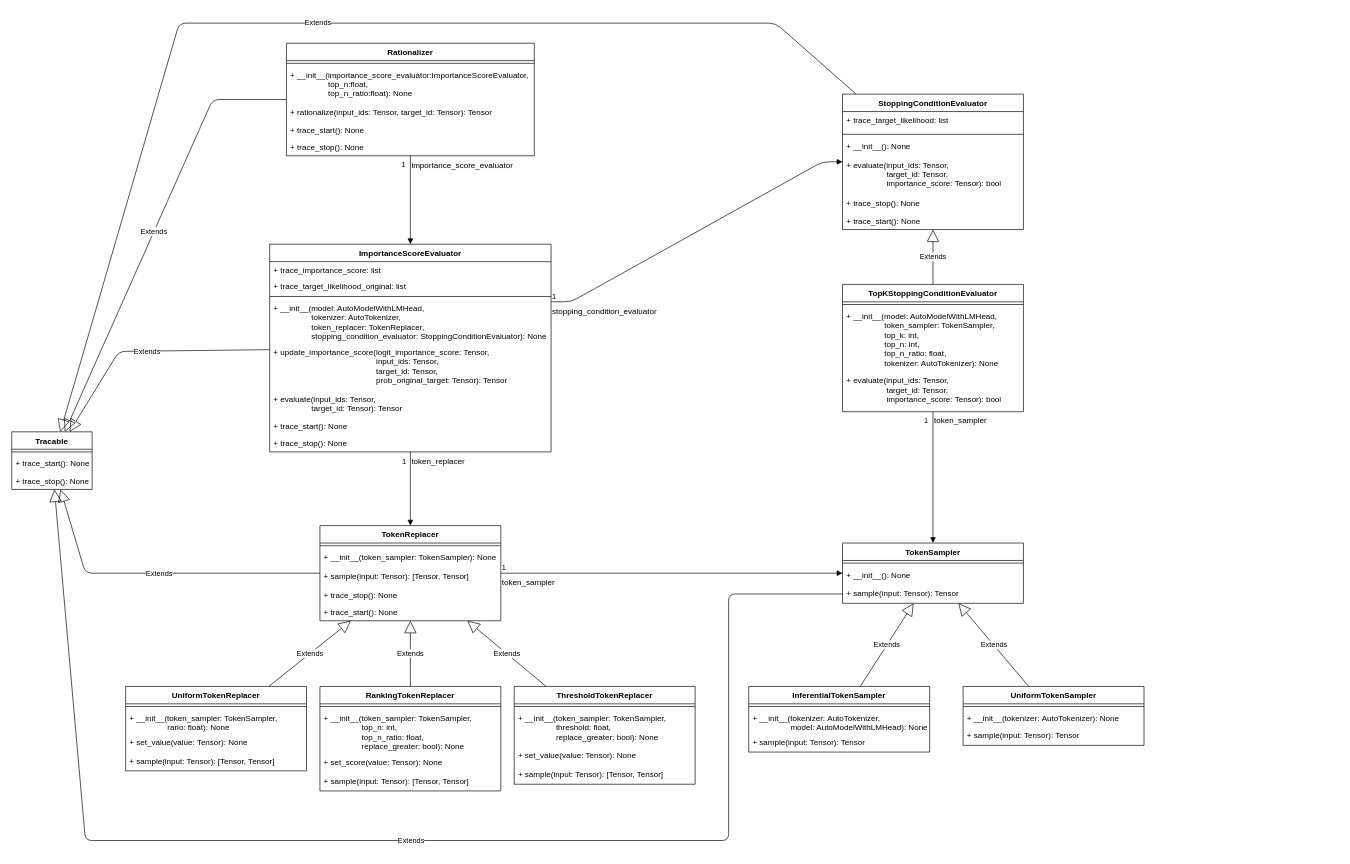
This is docs/uml.dio from casszhao/ReAGent, a draw.io file, before an edit. Source tidied: cells renumbered, new cells numbered last; positions are measured from the earlier drawing's top-left corner, leaving out a move shared by most shapes. Both pictures are drawn from the tidied source at 67%, with x=0, y=0 at pixel (11, 23).
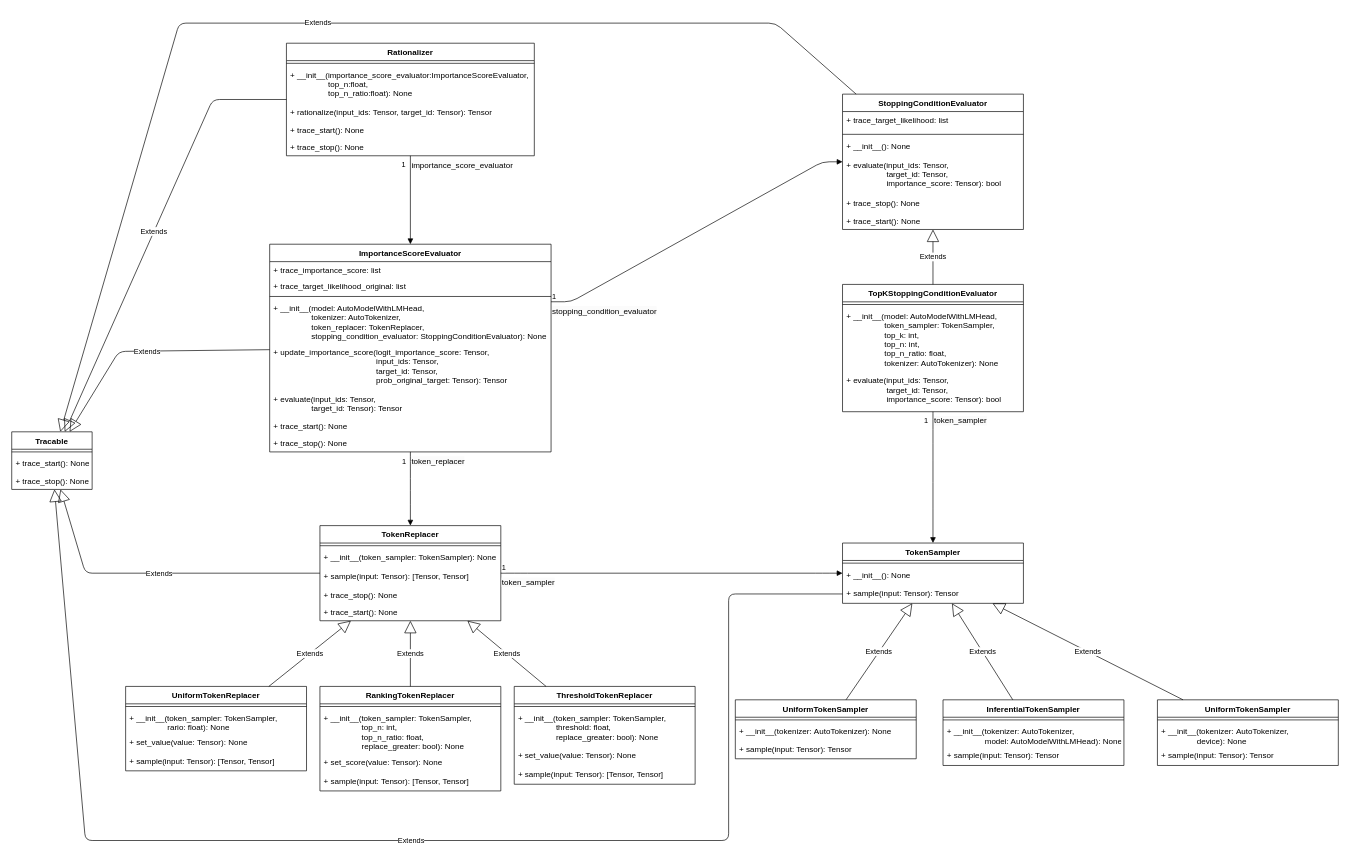
The same diagram, later.

The change refers to these unchanged cells:
```xml
<mxCell id="45" value="TokenSampler" style="swimlane;fontStyle=1;align=center;verticalAlign=top;horizontal=1;startSize=26;" parent="2" vertex="1">
  <mxGeometry x="1240" y="776" width="270" height="90" as="geometry" />
</mxCell>
```

The edit, as a diff of the source:
```diff
@@
+    <mxCell id="88" value="UniformTokenSampler" style="swimlane;fontStyle=1;align=center;verticalAlign=top;horizontal=1;startSize=26;" parent="1" vertex="1">
+      <mxGeometry x="1710" y="1010" width="270" height="98" as="geometry" />
+    </mxCell>
+    <mxCell id="89" style="line;strokeWidth=1;fillColor=none;align=left;verticalAlign=middle;spacingTop=-1;spacingLeft=3;spacingRight=3;labelPosition=right;strokeColor=inherit;" parent="88" vertex="1">
+      <mxGeometry y="26" width="270" height="8" as="geometry" />
+    </mxCell>
+    <mxCell id="90" value="+ __init__(tokenizer: AutoTokenizer, &#10;                device): None" style="text;strokeColor=none;fillColor=none;align=left;verticalAlign=top;spacingLeft=4;spacingRight=4;overflow=hidden;" parent="88" vertex="1">
+      <mxGeometry y="34" width="270" height="36" as="geometry" />
+    </mxCell>
+    <mxCell id="91" value="+ sample(input: Tensor): Tensor" style="text;strokeColor=none;fillColor=none;align=left;verticalAlign=top;spacingLeft=4;spacingRight=4;overflow=hidden;" parent="88" vertex="1">
+      <mxGeometry y="70" width="270" height="28" as="geometry" />
+    </mxCell>
+    <mxCell id="92" value="Extends" style="endArrow=block;endSize=16;endFill=0;html=1;" parent="1" edge="1" source="88" target="45">
+      <mxGeometry relative="1" as="geometry" />
+    </mxCell>
@@
     <mxCell id="49" value="InferentialTokenSampler" style="swimlane;fontStyle=1;align=center;verticalAlign=top;horizontal=1;startSize=26;" parent="2" vertex="1">
-      <mxGeometry x="1100" y="990" width="270" height="98" as="geometry" />
+      <mxGeometry x="1390" y="1010" width="270" height="98" as="geometry" />
     </mxCell>
@@
     <mxCell id="53" value="UniformTokenSampler" style="swimlane;fontStyle=1;align=center;verticalAlign=top;horizontal=1;startSize=26;" parent="2" vertex="1">
-      <mxGeometry x="1420" y="990" width="270" height="88" as="geometry" />
+      <mxGeometry x="1080" y="1010" width="270" height="88" as="geometry" />
     </mxCell>
```
